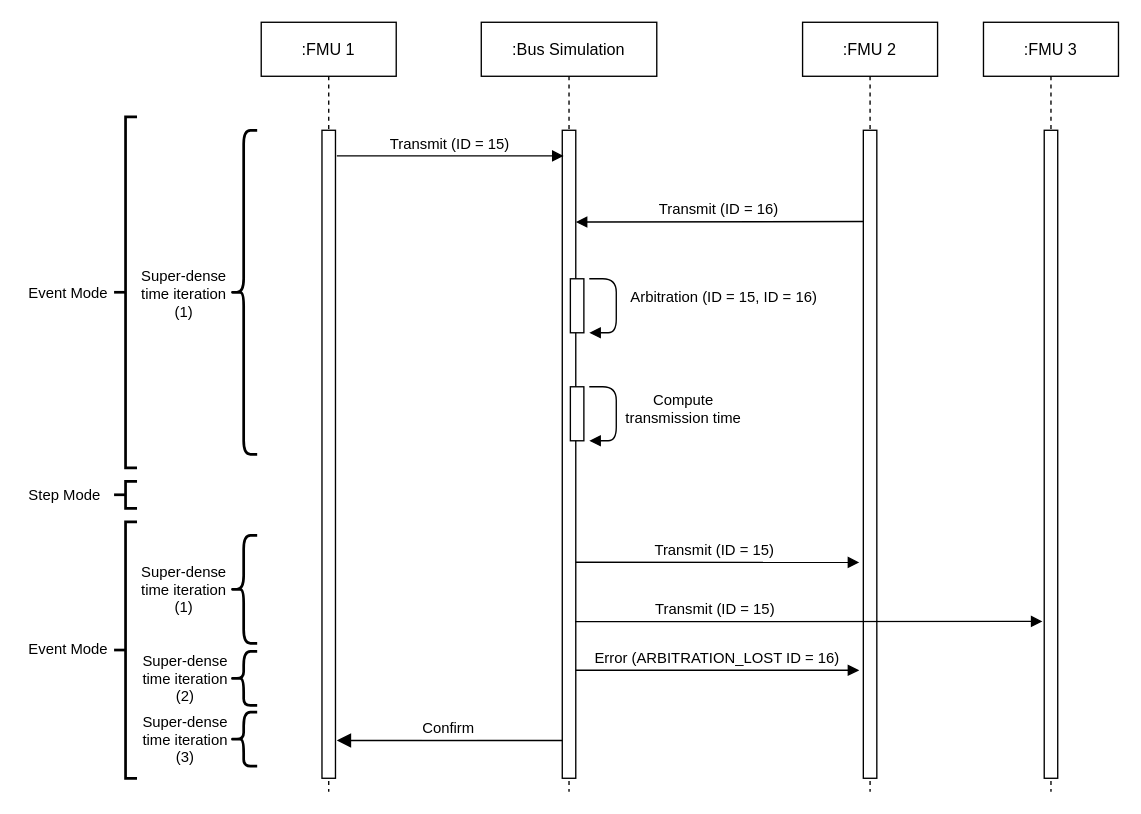
This is docs/images/can_arbitration_overview.drawio from modelica/fmi-ls-bus, a draw.io file, before an edit. Source tidied: cells renumbered, new cells numbered last; positions are measured from the earlier drawing's top-left corner, leaving out a move shared by most shapes. Both pictures are drawn from the tidied source at 135%, with x=0, y=0 at pixel (22, 22).
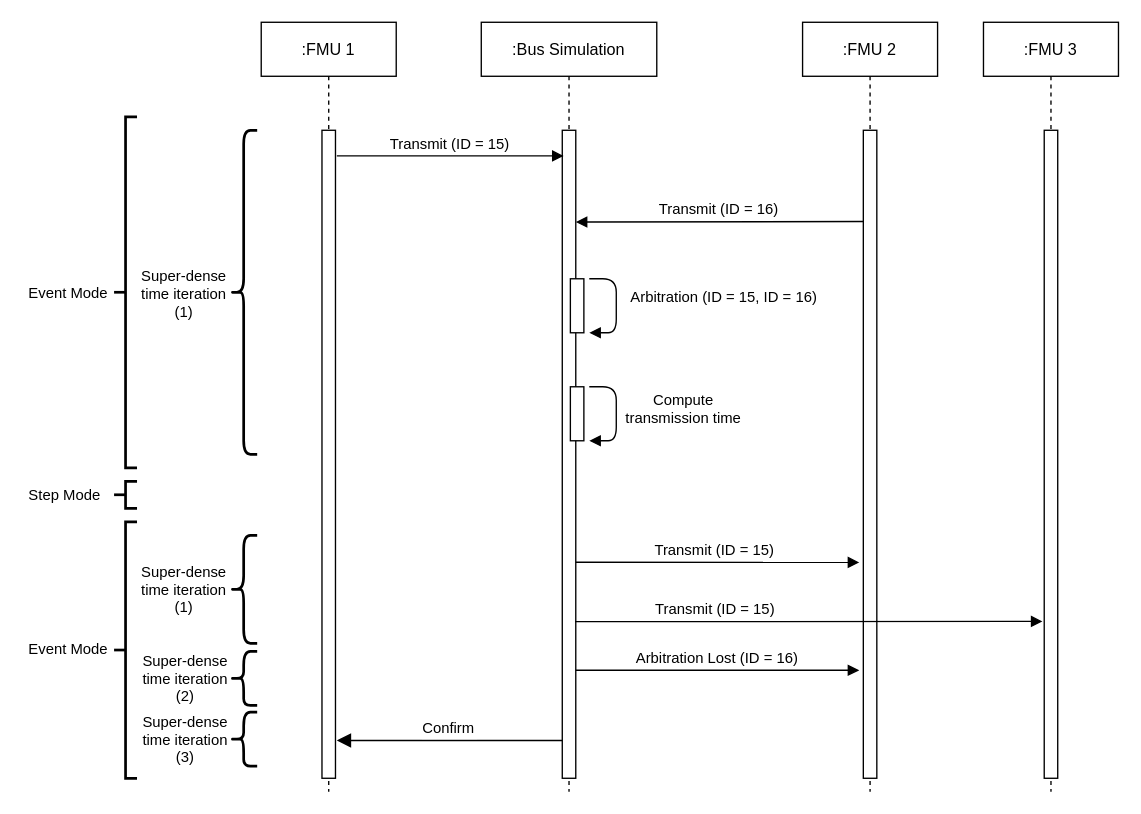
The same diagram, later.

Commit message (it also covers changes not shown here):
CAN Error Handling

Diff of the diagram source:
```diff
@@
-    <mxCell id="19" value="Error (ARBITRATION_LOST ID = 16)" style="verticalAlign=bottom;endArrow=block;shadow=0;strokeWidth=1;endFill=1;fontSize=11;" parent="1" edge="1">
+    <mxCell id="19" value="Arbitration Lost (ID = 16)" style="verticalAlign=bottom;endArrow=block;shadow=0;strokeWidth=1;endFill=1;fontSize=11;" parent="1" edge="1">
       <mxGeometry relative="1" as="geometry">
         <mxPoint x="410" y="480" as="sourcePoint" />
         <mxPoint x="620" y="480" as="targetPoint" />
       </mxGeometry>
     </mxCell>
```
